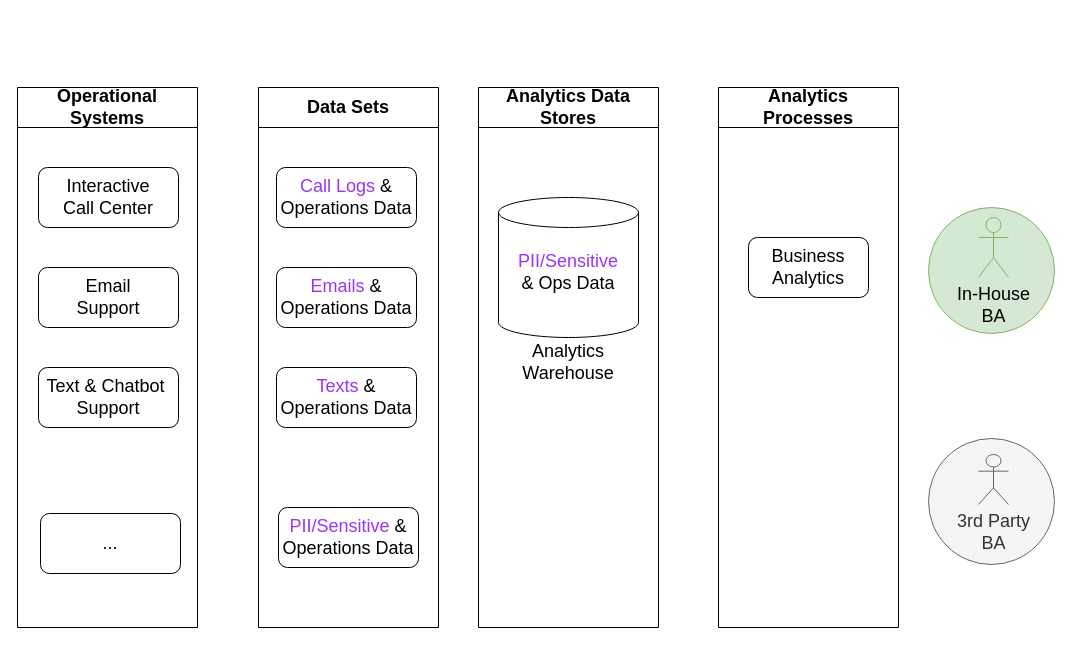
Above: page "Current State" (3 of 15) of AB2 - 2022-11-29-v4.drawio in fotoby/ab3 (draw.io), before the change. Source tidied: cells renumbered, new cells numbered last; positions are measured from the earlier drawing's top-left corner, leaving out a move shared by most shapes. Both pictures are drawn from the tidied source at 100%, with x=0, y=0 at pixel (17, 87).
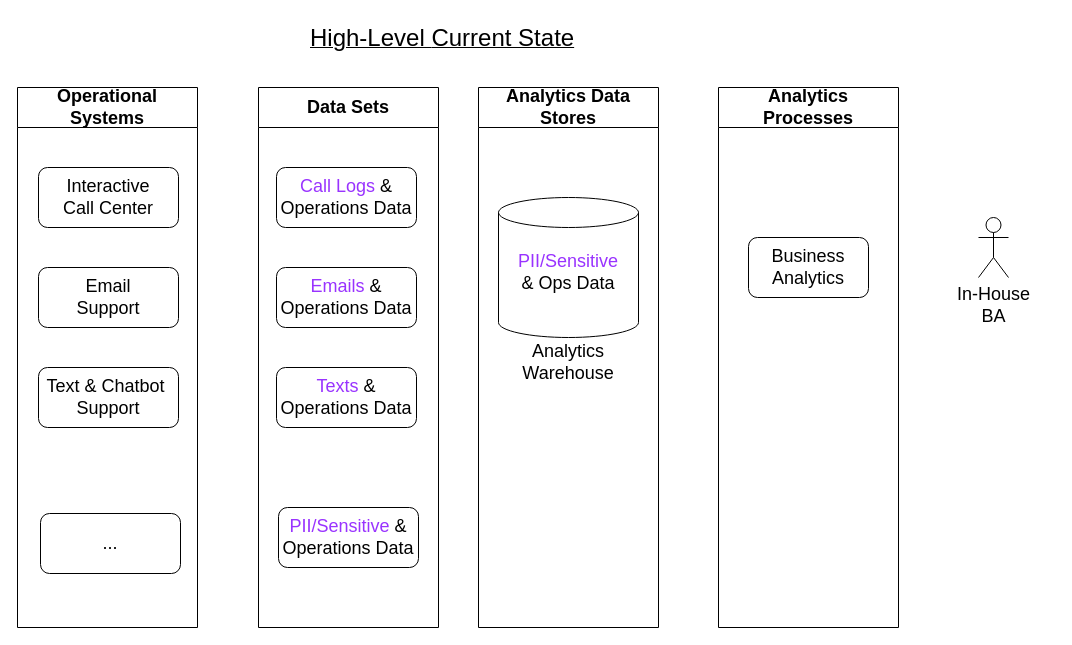
The same diagram, later.

Change to the diagram source:
```diff
@@
-    <mxCell id="2" style="ellipse;whiteSpace=wrap;html=1;shadow=0;labelBorderColor=none;strokeColor=#82b366;fontSize=18;fillColor=#d5e8d4;" parent="1" vertex="1">
-      <mxGeometry x="911" y="120" width="126" height="126" as="geometry" />
-    </mxCell>
-    <mxCell id="3" style="ellipse;whiteSpace=wrap;html=1;shadow=0;labelBorderColor=none;strokeColor=#666666;fontSize=18;fontColor=#333333;fillColor=#f5f5f5;" parent="1" vertex="1">
-      <mxGeometry x="911" y="351" width="126" height="126" as="geometry" />
-    </mxCell>
@@
-    <mxCell id="12" value="In-House &lt;br&gt;BA" style="shape=umlActor;verticalLabelPosition=bottom;verticalAlign=top;html=1;shadow=0;strokeColor=#82b366;fontSize=18;fillColor=#d5e8d4;" parent="1" vertex="1">
+    <mxCell id="12" value="In-House &lt;br&gt;BA" style="shape=umlActor;verticalLabelPosition=bottom;verticalAlign=top;html=1;shadow=0;fontSize=18;" parent="1" vertex="1">
       <mxGeometry x="961" y="130" width="30" height="60" as="geometry" />
     </mxCell>
-    <mxCell id="13" value="3rd Party&lt;br&gt;BA" style="shape=umlActor;verticalLabelPosition=bottom;verticalAlign=top;html=1;shadow=0;strokeColor=#666666;fontSize=18;fillColor=#f5f5f5;fontColor=#333333;" parent="1" vertex="1">
-      <mxGeometry x="961" y="367" width="30" height="50" as="geometry" />
-    </mxCell>
@@
+    <mxCell id="22" value="&lt;u style=&quot;caret-color: rgb(0, 0, 0); color: rgb(0, 0, 0); font-family: Helvetica; font-size: 16px; font-style: normal; font-variant-caps: normal; font-weight: 400; letter-spacing: normal; text-align: center; text-indent: 0px; text-transform: none; word-spacing: 0px; -webkit-text-stroke-width: 0px;&quot;&gt;&lt;span style=&quot;font-size: x-large;&quot;&gt;High-Level&amp;nbsp;&lt;/span&gt;&lt;font size=&quot;5&quot;&gt;Current State&lt;/font&gt;&lt;/u&gt;" style="text;whiteSpace=wrap;html=1;" parent="1" vertex="1">
+      <mxGeometry x="291" y="-70" width="290" height="50" as="geometry" />
+    </mxCell>
```
